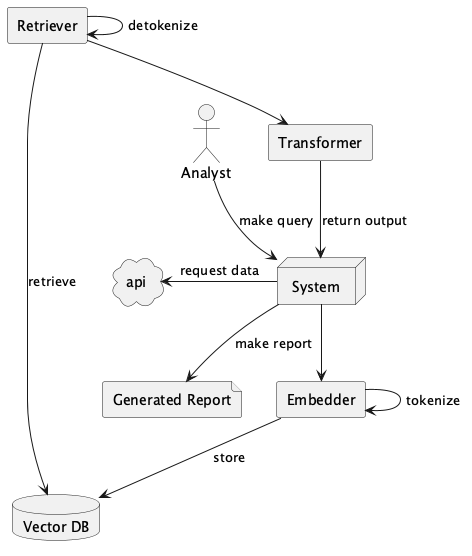
Earlier version of the PlantUML export img/uml-deployment.png (anthony-boileau/Team-28-Polyfinance-datathon-2024).
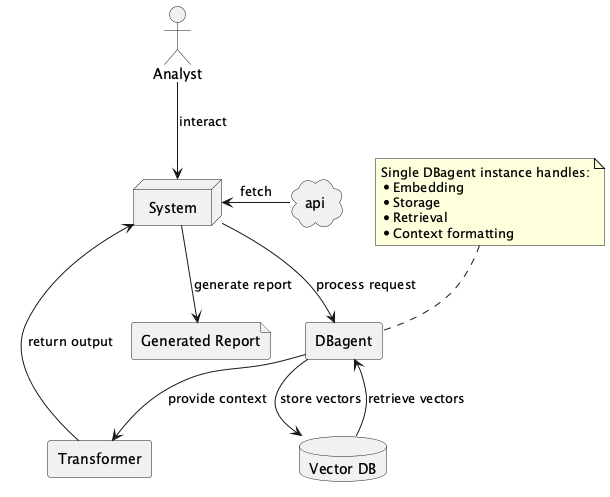
Above is the later version.

The edit, as a diff of the source:
```diff
@@ -1,31 +1,28 @@
 @startuml
-
 actor Analyst
-
 node System
-
-agent Embedder
-
+agent DBagent
 agent Transformer
-
-agent "Retriever" as rt
-
 database "Vector DB" as vdb
-
 cloud "api" as api
-
 file "Generated Report" as gr
 
-api <- System: request data
-System --> Embedder
-Embedder -> Embedder: tokenize
-Embedder --> vdb: store
-rt --> vdb: retrieve
-rt -> rt: detokenize
-Analyst --> System: make query
-rt --> Transformer
-System --> gr: make report
+Analyst --> System: interact
+System --> DBagent: process request
+
+System <- api: fetch
+DBagent --> vdb: store vectors
+DBagent <-- vdb: retrieve vectors
+
+DBagent --> Transformer: provide context
 Transformer --> System: return output
+System --> gr: generate report
 
-
+note top of DBagent
+  Single DBagent instance handles:
+  * Embedding
+  * Storage
+  * Retrieval
+  * Context formatting
+end note
 @enduml
```
